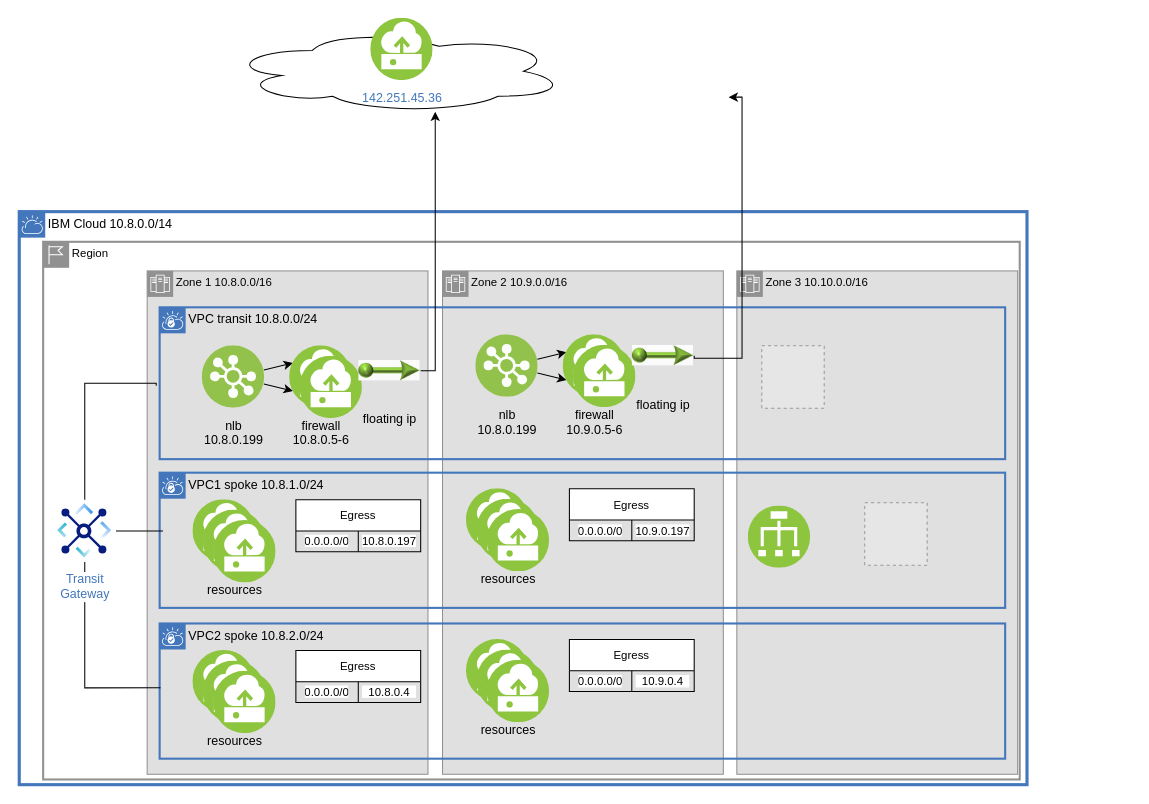
IBM-Cloud/vpc-transit-firewall keeps this draw.io diagram as page "zonal" (2 of 6) of images/firewall.drawio. Above is the earlier version. Source tidied: cells renumbered, new cells numbered last; positions are measured from the earlier drawing's top-left corner, leaving out a move shared by most shapes. Both pictures are drawn from the tidied source at 104%, with x=0, y=0 at pixel (19, 18). Pictures stored in the file or linked from it are replaced by grey dashed boxes.
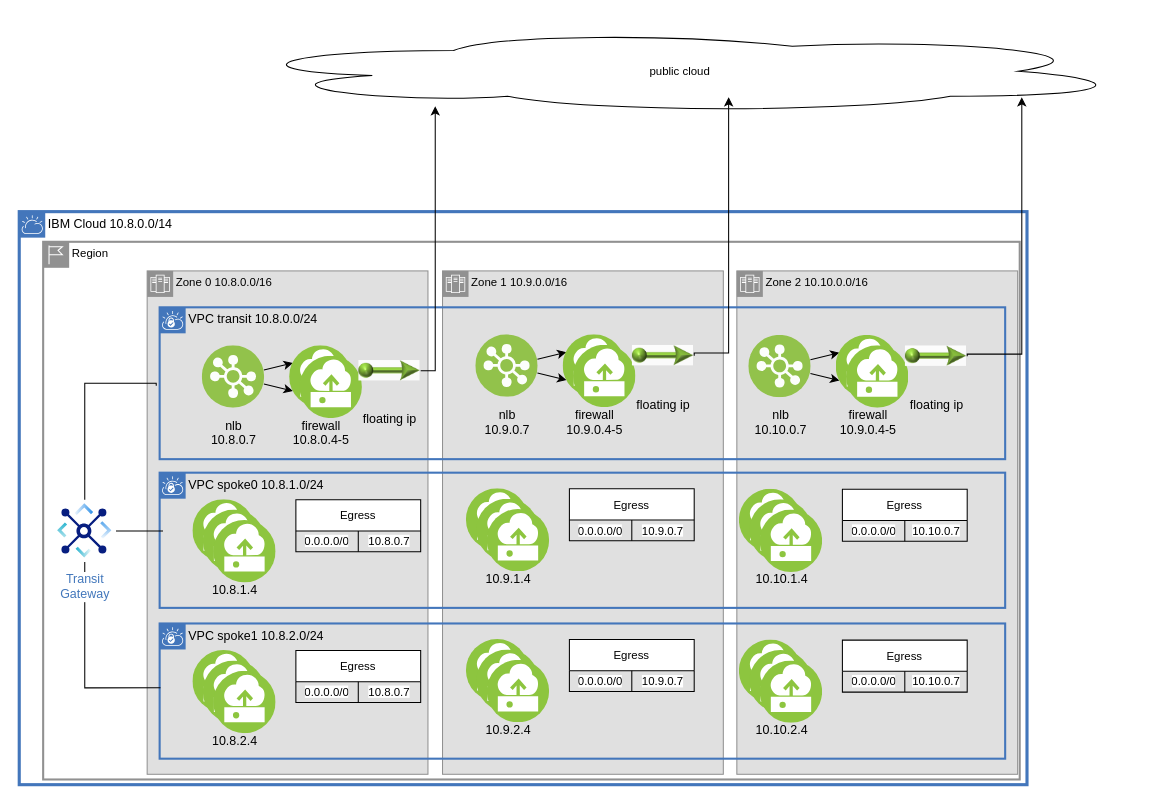
After the change.

Unchanged cells that the change refers to:
```xml
<mxCell id="14" style="shape=tableRow;horizontal=0;startSize=0;swimlaneHead=0;swimlaneBody=0;top=0;left=0;bottom=0;right=0;fillColor=none;fontFamily=Helvetica;fontSize=11;fontColor=default;" parent="13" vertex="1">
  <mxGeometry y="30" width="120" height="20" as="geometry" />
</mxCell>
<mxCell id="23" style="shape=tableRow;horizontal=0;startSize=0;swimlaneHead=0;swimlaneBody=0;top=0;left=0;bottom=0;right=0;fillColor=none;fontFamily=Helvetica;fontSize=11;fontColor=default;" parent="22" vertex="1">
  <mxGeometry y="30" width="120" height="20" as="geometry" />
</mxCell>
<mxCell id="45" style="shape=tableRow;horizontal=0;startSize=0;swimlaneHead=0;swimlaneBody=0;top=0;left=0;bottom=0;right=0;fillColor=none;fontFamily=Helvetica;fontSize=11;fontColor=default;" parent="44" vertex="1">
  <mxGeometry y="30" width="120" height="20" as="geometry" />
</mxCell>
<mxCell id="53" style="shape=tableRow;horizontal=0;startSize=0;swimlaneHead=0;swimlaneBody=0;top=0;left=0;bottom=0;right=0;fillColor=none;fontFamily=Helvetica;fontSize=11;fontColor=default;" parent="52" vertex="1">
  <mxGeometry y="30" width="120" height="20" as="geometry" />
</mxCell>
<mxCell id="59" value="floating ip" style="perimeter=ellipsePerimeter;html=1;align=center;shadow=0;dashed=0;fontColor=#000000;fontSize=12;spacingTop=3;image;image=img/lib/ibm/vpc/FloatingIP.svg;fontFamily=Helvetica;fillColor=#FFFFFF;labelBackgroundColor=none;backgroundOutline=0;imageBackground=none;" parent="1" vertex="1">
  <mxGeometry x="589" y="294.5" width="60" height="60" as="geometry" />
</mxCell>
```

Change to the diagram source:
```diff
@@
-    <mxCell id="4" value="Zone 3 10.10.0.0/16" style="shape=mxgraph.ibm.box;prType=zone;fontStyle=0;verticalAlign=top;align=left;spacingLeft=32;spacingTop=4;fillColor=#E0E0E0;rounded=0;whiteSpace=wrap;html=1;strokeColor=#919191;strokeWidth=1;dashed=0;spacing=-4;fontFamily=Helvetica;fontSize=11;fontColor=default;" parent="1" vertex="1">
+    <mxCell id="4" value="Zone 2 10.10.0.0/16" style="shape=mxgraph.ibm.box;prType=zone;fontStyle=0;verticalAlign=top;align=left;spacingLeft=32;spacingTop=4;fillColor=#E0E0E0;rounded=0;whiteSpace=wrap;html=1;strokeColor=#919191;strokeWidth=1;dashed=0;spacing=-4;fontFamily=Helvetica;fontSize=11;fontColor=default;" parent="1" vertex="1">
       <mxGeometry x="690" y="243" width="270" height="484" as="geometry" />
     </mxCell>
-    <mxCell id="5" value="Zone 1 10.8.0.0/16" style="shape=mxgraph.ibm.box;prType=zone;fontStyle=0;verticalAlign=top;align=left;spacingLeft=32;spacingTop=4;fillColor=#E0E0E0;rounded=0;whiteSpace=wrap;html=1;strokeColor=#919191;strokeWidth=1;dashed=0;spacing=-4;fontFamily=Helvetica;fontSize=11;fontColor=default;" parent="1" vertex="1">
+    <mxCell id="5" value="Zone 0 10.8.0.0/16" style="shape=mxgraph.ibm.box;prType=zone;fontStyle=0;verticalAlign=top;align=left;spacingLeft=32;spacingTop=4;fillColor=#E0E0E0;rounded=0;whiteSpace=wrap;html=1;strokeColor=#919191;strokeWidth=1;dashed=0;spacing=-4;fontFamily=Helvetica;fontSize=11;fontColor=default;" parent="1" vertex="1">
       <mxGeometry x="123" y="243" width="270" height="484" as="geometry" />
     </mxCell>
-    <mxCell id="6" value="Zone 2 10.9.0.0/16" style="shape=mxgraph.ibm.box;prType=zone;fontStyle=0;verticalAlign=top;align=left;spacingLeft=32;spacingTop=4;fillColor=#E0E0E0;rounded=0;whiteSpace=wrap;html=1;strokeColor=#919191;strokeWidth=1;dashed=0;spacing=-4;fontFamily=Helvetica;fontSize=11;fontColor=default;" parent="1" vertex="1">
+    <mxCell id="6" value="Zone 1 10.9.0.0/16" style="shape=mxgraph.ibm.box;prType=zone;fontStyle=0;verticalAlign=top;align=left;spacingLeft=32;spacingTop=4;fillColor=#E0E0E0;rounded=0;whiteSpace=wrap;html=1;strokeColor=#919191;strokeWidth=1;dashed=0;spacing=-4;fontFamily=Helvetica;fontSize=11;fontColor=default;" parent="1" vertex="1">
       <mxGeometry x="407" y="243" width="270" height="484" as="geometry" />
     </mxCell>
@@
-    <mxCell id="8" value="&lt;span style=&quot;font-weight: normal&quot;&gt;VPC1 spoke 10.8.1.0/24&lt;br&gt;&lt;/span&gt;" style="shape=mxgraph.ibm.box;prType=vpc;fontStyle=1;verticalAlign=top;align=left;spacingLeft=32;spacingTop=4;fillColor=none;rounded=0;whiteSpace=wrap;html=1;strokeColor=#4376BB;strokeWidth=2;dashed=0;spacing=-4;labelBackgroundColor=none;" parent="1" vertex="1">
+    <mxCell id="8" value="&lt;span style=&quot;font-weight: normal&quot;&gt;VPC spoke0 10.8.1.0/24&lt;br&gt;&lt;/span&gt;" style="shape=mxgraph.ibm.box;prType=vpc;fontStyle=1;verticalAlign=top;align=left;spacingLeft=32;spacingTop=4;fillColor=none;rounded=0;whiteSpace=wrap;html=1;strokeColor=#4376BB;strokeWidth=2;dashed=0;spacing=-4;labelBackgroundColor=none;" parent="1" vertex="1">
       <mxGeometry x="135" y="437" width="813" height="130" as="geometry" />
     </mxCell>
@@
-    <mxCell id="11" value="nlb&lt;br&gt;10.8.0.199" style="perimeter=ellipsePerimeter;html=1;align=center;shadow=0;dashed=0;fontColor=default;fontSize=12;spacingTop=3;image;image=img/lib/ibm/vpc/LoadBalancerPool.svg;fontFamily=Helvetica;labelBackgroundColor=none;" parent="1" vertex="1">
+    <mxCell id="11" value="nlb&lt;br&gt;10.8.0.7" style="perimeter=ellipsePerimeter;html=1;align=center;shadow=0;dashed=0;fontColor=default;fontSize=12;spacingTop=3;image;image=img/lib/ibm/vpc/LoadBalancerPool.svg;fontFamily=Helvetica;labelBackgroundColor=none;" parent="1" vertex="1">
       <mxGeometry x="176" y="315" width="60" height="60" as="geometry" />
     </mxCell>
-    <mxCell id="12" value="&lt;font color=&quot;#000000&quot;&gt;firewall&lt;br&gt;10.8.0.5-6&lt;/font&gt;" style="perimeter=ellipsePerimeter;html=1;align=center;shadow=0;dashed=0;fontColor=#4277BB;fontSize=12;spacingTop=3;image;image=img/lib/ibm/vpc/Instance.svg;labelBackgroundColor=none;" parent="1" vertex="1">
+    <mxCell id="12" value="&lt;font color=&quot;#000000&quot;&gt;firewall&lt;br&gt;10.8.0.4-5&lt;/font&gt;" style="perimeter=ellipsePerimeter;html=1;align=center;shadow=0;dashed=0;fontColor=#4277BB;fontSize=12;spacingTop=3;image;image=img/lib/ibm/vpc/Instance.svg;labelBackgroundColor=none;" parent="1" vertex="1">
       <mxGeometry x="260" y="315" width="60" height="60" as="geometry" />
     </mxCell>
@@
-    <mxCell id="16" value="&lt;span style=&quot;background-color: rgb(255, 255, 255);&quot;&gt;10.8.0.197&lt;/span&gt;" style="shape=partialRectangle;html=1;whiteSpace=wrap;overflow=hidden;fillColor=none;top=0;left=0;bottom=0;right=0;fontFamily=Helvetica;fontSize=11;fontColor=default;" parent="14" vertex="1">
+    <mxCell id="16" value="&lt;span style=&quot;background-color: rgb(255, 255, 255);&quot;&gt;10.8.0.7&lt;/span&gt;" style="shape=partialRectangle;html=1;whiteSpace=wrap;overflow=hidden;fillColor=none;top=0;left=0;bottom=0;right=0;fontFamily=Helvetica;fontSize=11;fontColor=default;" parent="14" vertex="1">
       <mxGeometry x="60" width="60" height="20" as="geometry" />
     </mxCell>
@@
-    <mxCell id="18" value="resources" style="perimeter=ellipsePerimeter;html=1;align=center;shadow=0;dashed=0;fontColor=#000000;fontSize=12;spacingTop=3;image;image=img/lib/ibm/vpc/Instance.svg;labelBackgroundColor=none;" parent="1" vertex="1">
+    <mxCell id="18" value="10.8.1.4" style="perimeter=ellipsePerimeter;html=1;align=center;shadow=0;dashed=0;fontColor=#000000;fontSize=12;spacingTop=3;image;image=img/lib/ibm/vpc/Instance.svg;labelBackgroundColor=none;" parent="1" vertex="1">
       <mxGeometry x="177" y="473" width="60" height="60" as="geometry" />
     </mxCell>
@@
-    <mxCell id="21" value="&lt;span style=&quot;font-weight: normal&quot;&gt;VPC2 spoke 10.8.2.0/24&lt;br&gt;&lt;/span&gt;" style="shape=mxgraph.ibm.box;prType=vpc;fontStyle=1;verticalAlign=top;align=left;spacingLeft=32;spacingTop=4;fillColor=none;rounded=0;whiteSpace=wrap;html=1;strokeColor=#4376BB;strokeWidth=2;dashed=0;spacing=-4;labelBackgroundColor=none;" parent="1" vertex="1">
+    <mxCell id="21" value="&lt;span style=&quot;font-weight: normal&quot;&gt;VPC spoke1 10.8.2.0/24&lt;br&gt;&lt;/span&gt;" style="shape=mxgraph.ibm.box;prType=vpc;fontStyle=1;verticalAlign=top;align=left;spacingLeft=32;spacingTop=4;fillColor=none;rounded=0;whiteSpace=wrap;html=1;strokeColor=#4376BB;strokeWidth=2;dashed=0;spacing=-4;labelBackgroundColor=none;" parent="1" vertex="1">
       <mxGeometry x="135" y="582" width="813" height="130" as="geometry" />
     </mxCell>
@@
-    <mxCell id="25" value="&lt;span style=&quot;background-color: rgb(255, 255, 255);&quot;&gt;&amp;nbsp; 10.8.0.4&amp;nbsp;&amp;nbsp;&lt;/span&gt;" style="shape=partialRectangle;html=1;whiteSpace=wrap;overflow=hidden;fillColor=none;top=0;left=0;bottom=0;right=0;fontFamily=Helvetica;fontSize=11;fontColor=default;" parent="23" vertex="1">
+    <mxCell id="25" value="&lt;span style=&quot;background-color: rgb(255, 255, 255);&quot;&gt;10.8.0.7&lt;/span&gt;" style="shape=partialRectangle;html=1;whiteSpace=wrap;overflow=hidden;fillColor=none;top=0;left=0;bottom=0;right=0;fontFamily=Helvetica;fontSize=11;fontColor=default;" parent="23" vertex="1">
       <mxGeometry x="60" width="60" height="20" as="geometry" />
     </mxCell>
@@
-    <mxCell id="27" value="resources" style="perimeter=ellipsePerimeter;html=1;align=center;shadow=0;dashed=0;fontColor=#000000;fontSize=12;spacingTop=3;image;image=img/lib/ibm/vpc/Instance.svg;labelBackgroundColor=none;" parent="1" vertex="1">
+    <mxCell id="27" value="10.8.2.4" style="perimeter=ellipsePerimeter;html=1;align=center;shadow=0;dashed=0;fontColor=#000000;fontSize=12;spacingTop=3;image;image=img/lib/ibm/vpc/Instance.svg;labelBackgroundColor=none;" parent="1" vertex="1">
       <mxGeometry x="177" y="618" width="60" height="60" as="geometry" />
     </mxCell>
@@
-    <mxCell id="34" style="ellipse;shape=cloud;whiteSpace=wrap;html=1;labelBackgroundColor=none;fontFamily=Helvetica;fontSize=11;fontColor=#000000;fillColor=#FFFFFF;" parent="1" vertex="1">
-      <mxGeometry x="200.5" y="11" width="325" height="80" as="geometry" />
+    <mxCell id="34" value="public cloud" style="ellipse;shape=cloud;whiteSpace=wrap;html=1;labelBackgroundColor=none;fontFamily=Helvetica;fontSize=11;fontColor=#000000;fillColor=#FFFFFF;" parent="1" vertex="1">
+      <mxGeometry x="200.5" y="11" width="868.5" height="80" as="geometry" />
     </mxCell>
-    <mxCell id="35" style="perimeter=ellipsePerimeter;html=1;align=center;shadow=0;dashed=0;fontColor=#4277BB;labelBackgroundColor=#ffffff;fontSize=12;spacingTop=3;image;image=img/lib/ibm/vpc/LoadBalancer.svg;fontFamily=Helvetica;fillColor=#FFFFFF;" parent="1" vertex="1">
-      <mxGeometry x="701" y="469" width="60" height="60" as="geometry" />
-    </mxCell>
-    <mxCell id="36" value="142.251.45.36" style="perimeter=ellipsePerimeter;html=1;align=center;shadow=0;dashed=0;fontColor=#4277BB;fontSize=12;spacingTop=3;image;image=img/lib/ibm/vpc/Instance.svg;labelBackgroundColor=none;" parent="1" vertex="1">
-      <mxGeometry x="338" width="60" height="60" as="geometry" />
-    </mxCell>
-    <mxCell id="37" style="fillColor=#E6E6E6;strokeColor=#999999;dashed=1;verticalLabelPosition=bottom;labelBackgroundColor=#ffffff;verticalAlign=top;" parent="1" vertex="1">
-      <mxGeometry x="714" y="315" width="60" height="60" as="geometry" />
-    </mxCell>
-    <mxCell id="38" style="fillColor=#E6E6E6;strokeColor=#999999;dashed=1;verticalLabelPosition=bottom;labelBackgroundColor=#ffffff;verticalAlign=top;" parent="1" vertex="1">
-      <mxGeometry x="813" y="466" width="60" height="60" as="geometry" />
-    </mxCell>
@@
-    <mxCell id="42" value="nlb&lt;br&gt;10.8.0.199" style="perimeter=ellipsePerimeter;html=1;align=center;shadow=0;dashed=0;fontColor=default;fontSize=12;spacingTop=3;image;image=img/lib/ibm/vpc/LoadBalancerPool.svg;fontFamily=Helvetica;labelBackgroundColor=none;" parent="1" vertex="1">
+    <mxCell id="42" value="nlb&lt;br&gt;10.9.0.7" style="perimeter=ellipsePerimeter;html=1;align=center;shadow=0;dashed=0;fontColor=default;fontSize=12;spacingTop=3;image;image=img/lib/ibm/vpc/LoadBalancerPool.svg;fontFamily=Helvetica;labelBackgroundColor=none;" parent="1" vertex="1">
       <mxGeometry x="439" y="304.5" width="60" height="60" as="geometry" />
     </mxCell>
-    <mxCell id="43" value="&lt;font color=&quot;#000000&quot;&gt;firewall&lt;br&gt;10.9.0.5-6&lt;/font&gt;" style="perimeter=ellipsePerimeter;html=1;align=center;shadow=0;dashed=0;fontColor=#4277BB;fontSize=12;spacingTop=3;image;image=img/lib/ibm/vpc/Instance.svg;labelBackgroundColor=none;" parent="1" vertex="1">
+    <mxCell id="43" value="&lt;font color=&quot;#000000&quot;&gt;firewall&lt;br&gt;10.9.0.4-5&lt;/font&gt;" style="perimeter=ellipsePerimeter;html=1;align=center;shadow=0;dashed=0;fontColor=#4277BB;fontSize=12;spacingTop=3;image;image=img/lib/ibm/vpc/Instance.svg;labelBackgroundColor=none;" parent="1" vertex="1">
       <mxGeometry x="523" y="304.5" width="60" height="60" as="geometry" />
     </mxCell>
@@
-    <mxCell id="47" value="&lt;span style=&quot;background-color: rgb(255, 255, 255);&quot;&gt;10.9.0.197&lt;/span&gt;" style="shape=partialRectangle;html=1;whiteSpace=wrap;overflow=hidden;fillColor=none;top=0;left=0;bottom=0;right=0;fontFamily=Helvetica;fontSize=11;fontColor=default;" parent="45" vertex="1">
+    <mxCell id="47" value="&lt;span style=&quot;background-color: rgb(255, 255, 255);&quot;&gt;10.9.0.7&lt;/span&gt;" style="shape=partialRectangle;html=1;whiteSpace=wrap;overflow=hidden;fillColor=none;top=0;left=0;bottom=0;right=0;fontFamily=Helvetica;fontSize=11;fontColor=default;" parent="45" vertex="1">
       <mxGeometry x="60" width="60" height="20" as="geometry" />
     </mxCell>
@@
-    <mxCell id="49" value="resources" style="perimeter=ellipsePerimeter;html=1;align=center;shadow=0;dashed=0;fontColor=#000000;fontSize=12;spacingTop=3;image;image=img/lib/ibm/vpc/Instance.svg;labelBackgroundColor=none;" parent="1" vertex="1">
+    <mxCell id="49" value="10.9.1.4" style="perimeter=ellipsePerimeter;html=1;align=center;shadow=0;dashed=0;fontColor=#000000;fontSize=12;spacingTop=3;image;image=img/lib/ibm/vpc/Instance.svg;labelBackgroundColor=none;" parent="1" vertex="1">
       <mxGeometry x="440" y="462.5" width="60" height="60" as="geometry" />
     </mxCell>
@@
-    <mxCell id="55" value="&lt;span style=&quot;background-color: rgb(255, 255, 255);&quot;&gt;&amp;nbsp; 10.9.0.4&amp;nbsp;&amp;nbsp;&lt;/span&gt;" style="shape=partialRectangle;html=1;whiteSpace=wrap;overflow=hidden;fillColor=none;top=0;left=0;bottom=0;right=0;fontFamily=Helvetica;fontSize=11;fontColor=default;" parent="53" vertex="1">
+    <mxCell id="55" value="&lt;span style=&quot;background-color: rgb(255, 255, 255);&quot;&gt;10.9.0.7&lt;/span&gt;" style="shape=partialRectangle;html=1;whiteSpace=wrap;overflow=hidden;fillColor=none;top=0;left=0;bottom=0;right=0;fontFamily=Helvetica;fontSize=11;fontColor=default;" parent="53" vertex="1">
       <mxGeometry x="60" width="60" height="20" as="geometry" />
     </mxCell>
@@
-    <mxCell id="57" value="resources" style="perimeter=ellipsePerimeter;html=1;align=center;shadow=0;dashed=0;fontColor=#000000;fontSize=12;spacingTop=3;image;image=img/lib/ibm/vpc/Instance.svg;labelBackgroundColor=none;" parent="1" vertex="1">
+    <mxCell id="57" value="10.9.2.4" style="perimeter=ellipsePerimeter;html=1;align=center;shadow=0;dashed=0;fontColor=#000000;fontSize=12;spacingTop=3;image;image=img/lib/ibm/vpc/Instance.svg;labelBackgroundColor=none;" parent="1" vertex="1">
       <mxGeometry x="440" y="607.5" width="60" height="60" as="geometry" />
     </mxCell>
@@
     <mxCell id="60" style="edgeStyle=orthogonalEdgeStyle;shape=connector;rounded=0;jettySize=auto;html=1;labelBackgroundColor=default;fontFamily=Helvetica;fontSize=11;fontColor=#000000;endArrow=none;endFill=0;strokeColor=default;strokeWidth=1;startArrow=classic;startFill=1;entryX=1;entryY=0.5;entryDx=0;entryDy=0;" parent="1" edge="1" target="59">
       <mxGeometry relative="1" as="geometry">
         <mxPoint x="682.1" y="75.9" as="sourcePoint" />
         <Array as="points">
-          <mxPoint x="695" y="76" />
-          <mxPoint x="695" y="327" />
-          <mxPoint x="649" y="327" />
+          <mxPoint x="682" y="322" />
+          <mxPoint x="649" y="322" />
         </Array>
       </mxGeometry>
     </mxCell>
+    <mxCell id="61" style="shape=connector;rounded=0;jettySize=auto;html=1;entryX=0;entryY=0.25;entryDx=0;entryDy=0;labelBackgroundColor=default;fontFamily=Helvetica;fontSize=11;fontColor=#000000;endArrow=classic;endFill=1;strokeColor=default;strokeWidth=1;" parent="1" edge="1" source="63" target="64">
+      <mxGeometry relative="1" as="geometry" />
+    </mxCell>
+    <mxCell id="62" style="edgeStyle=none;shape=connector;rounded=0;jettySize=auto;html=1;entryX=0;entryY=0.75;entryDx=0;entryDy=0;labelBackgroundColor=default;fontFamily=Helvetica;fontSize=11;fontColor=#000000;endArrow=classic;endFill=1;strokeColor=default;strokeWidth=1;" parent="1" edge="1" source="63" target="64">
+      <mxGeometry relative="1" as="geometry" />
+    </mxCell>
+    <mxCell id="63" value="nlb&lt;br&gt;10.10.0.7" style="perimeter=ellipsePerimeter;html=1;align=center;shadow=0;dashed=0;fontColor=default;fontSize=12;spacingTop=3;image;image=img/lib/ibm/vpc/LoadBalancerPool.svg;fontFamily=Helvetica;labelBackgroundColor=none;" parent="1" vertex="1">
+      <mxGeometry x="701.5" y="305" width="60" height="60" as="geometry" />
+    </mxCell>
+    <mxCell id="64" value="&lt;font color=&quot;#000000&quot;&gt;firewall&lt;br&gt;10.9.0.4-5&lt;/font&gt;" style="perimeter=ellipsePerimeter;html=1;align=center;shadow=0;dashed=0;fontColor=#4277BB;fontSize=12;spacingTop=3;image;image=img/lib/ibm/vpc/Instance.svg;labelBackgroundColor=none;" parent="1" vertex="1">
+      <mxGeometry x="785.5" y="305" width="60" height="60" as="geometry" />
+    </mxCell>
+    <mxCell id="65" value="Egress" style="shape=table;startSize=30;childLayout=tableLayout;fontFamily=Helvetica;fontSize=11;fontColor=default;spacing=0;labelBackgroundColor=#FFFFFF;fillColor=#FFFFFF;" parent="1" vertex="1">
+      <mxGeometry x="791.5" y="453" width="120" height="50" as="geometry" />
+    </mxCell>
+    <mxCell id="66" style="shape=tableRow;horizontal=0;startSize=0;swimlaneHead=0;swimlaneBody=0;top=0;left=0;bottom=0;right=0;fillColor=none;fontFamily=Helvetica;fontSize=11;fontColor=default;" parent="65" vertex="1">
+      <mxGeometry y="30" width="120" height="20" as="geometry" />
+    </mxCell>
+    <mxCell id="67" value="&lt;span style=&quot;background-color: rgb(255, 255, 255);&quot;&gt;0.0.0.0/0&lt;/span&gt;" style="shape=partialRectangle;html=1;whiteSpace=wrap;overflow=hidden;fillColor=none;top=0;left=0;bottom=0;right=0;fontFamily=Helvetica;fontSize=11;fontColor=default;" parent="66" vertex="1">
+      <mxGeometry width="60" height="20" as="geometry" />
+    </mxCell>
+    <mxCell id="68" value="&lt;span style=&quot;background-color: rgb(255, 255, 255);&quot;&gt;10.10.0.7&lt;/span&gt;" style="shape=partialRectangle;html=1;whiteSpace=wrap;overflow=hidden;fillColor=none;top=0;left=0;bottom=0;right=0;fontFamily=Helvetica;fontSize=11;fontColor=default;" parent="66" vertex="1">
+      <mxGeometry x="60" width="60" height="20" as="geometry" />
+    </mxCell>
+    <mxCell id="69" style="perimeter=ellipsePerimeter;html=1;align=center;shadow=0;dashed=0;fontColor=#4277BB;fontSize=12;spacingTop=3;image;image=img/lib/ibm/vpc/Instance.svg;labelBackgroundColor=none;" parent="1" vertex="1">
+      <mxGeometry x="692.5" y="453" width="60" height="60" as="geometry" />
+    </mxCell>
+    <mxCell id="70" value="10.10.1.4" style="perimeter=ellipsePerimeter;html=1;align=center;shadow=0;dashed=0;fontColor=#000000;fontSize=12;spacingTop=3;image;image=img/lib/ibm/vpc/Instance.svg;labelBackgroundColor=none;" parent="1" vertex="1">
+      <mxGeometry x="702.5" y="463" width="60" height="60" as="geometry" />
+    </mxCell>
+    <mxCell id="71" style="perimeter=ellipsePerimeter;html=1;align=center;shadow=0;dashed=0;fontColor=#4277BB;fontSize=12;spacingTop=3;image;image=img/lib/ibm/vpc/Instance.svg;labelBackgroundColor=none;" parent="1" vertex="1">
+      <mxGeometry x="712.5" y="473" width="60" height="60" as="geometry" />
+    </mxCell>
+    <mxCell id="72" style="perimeter=ellipsePerimeter;html=1;align=center;shadow=0;dashed=0;fontColor=#4277BB;fontSize=12;spacingTop=3;image;image=img/lib/ibm/vpc/Instance.svg;labelBackgroundColor=none;" parent="1" vertex="1">
+      <mxGeometry x="795.5" y="315" width="60" height="60" as="geometry" />
+    </mxCell>
+    <mxCell id="73" value="Egress" style="shape=table;startSize=30;childLayout=tableLayout;fontFamily=Helvetica;fontSize=11;fontColor=default;spacing=0;labelBackgroundColor=#FFFFFF;fillColor=#FFFFFF;" parent="1" vertex="1">
+      <mxGeometry x="791.5" y="598" width="120" height="50" as="geometry" />
+    </mxCell>
+    <mxCell id="74" style="shape=tableRow;horizontal=0;startSize=0;swimlaneHead=0;swimlaneBody=0;top=0;left=0;bottom=0;right=0;fillColor=none;fontFamily=Helvetica;fontSize=11;fontColor=default;" parent="73" vertex="1">
+      <mxGeometry y="30" width="120" height="20" as="geometry" />
+    </mxCell>
+    <mxCell id="75" value="&lt;span style=&quot;background-color: rgb(255, 255, 255);&quot;&gt;0.0.0.0/0&lt;/span&gt;" style="shape=partialRectangle;html=1;whiteSpace=wrap;overflow=hidden;fillColor=none;top=0;left=0;bottom=0;right=0;fontFamily=Helvetica;fontSize=11;fontColor=default;" parent="74" vertex="1">
+      <mxGeometry width="60" height="20" as="geometry" />
+    </mxCell>
+    <mxCell id="76" value="&lt;span style=&quot;background-color: rgb(255, 255, 255);&quot;&gt;10.10.0.7&lt;/span&gt;" style="shape=partialRectangle;html=1;whiteSpace=wrap;overflow=hidden;fillColor=none;top=0;left=0;bottom=0;right=0;fontFamily=Helvetica;fontSize=11;fontColor=default;" parent="74" vertex="1">
+      <mxGeometry x="60" width="60" height="20" as="geometry" />
+    </mxCell>
+    <mxCell id="77" style="perimeter=ellipsePerimeter;html=1;align=center;shadow=0;dashed=0;fontColor=#4277BB;fontSize=12;spacingTop=3;image;image=img/lib/ibm/vpc/Instance.svg;labelBackgroundColor=none;" parent="1" vertex="1">
+      <mxGeometry x="692.5" y="598" width="60" height="60" as="geometry" />
+    </mxCell>
+    <mxCell id="78" value="10.10.2.4" style="perimeter=ellipsePerimeter;html=1;align=center;shadow=0;dashed=0;fontColor=#000000;fontSize=12;spacingTop=3;image;image=img/lib/ibm/vpc/Instance.svg;labelBackgroundColor=none;" parent="1" vertex="1">
+      <mxGeometry x="702.5" y="608" width="60" height="60" as="geometry" />
+    </mxCell>
+    <mxCell id="79" style="perimeter=ellipsePerimeter;html=1;align=center;shadow=0;dashed=0;fontColor=#4277BB;fontSize=12;spacingTop=3;image;image=img/lib/ibm/vpc/Instance.svg;labelBackgroundColor=none;" parent="1" vertex="1">
+      <mxGeometry x="712.5" y="618" width="60" height="60" as="geometry" />
+    </mxCell>
+    <mxCell id="80" value="floating ip" style="perimeter=ellipsePerimeter;html=1;align=center;shadow=0;dashed=0;fontColor=#000000;fontSize=12;spacingTop=3;image;image=img/lib/ibm/vpc/FloatingIP.svg;fontFamily=Helvetica;fillColor=#FFFFFF;labelBackgroundColor=none;backgroundOutline=0;imageBackground=none;" parent="1" vertex="1">
+      <mxGeometry x="851.5" y="295" width="60" height="60" as="geometry" />
+    </mxCell>
+    <mxCell id="81" style="edgeStyle=orthogonalEdgeStyle;shape=connector;rounded=0;jettySize=auto;html=1;labelBackgroundColor=default;fontFamily=Helvetica;fontSize=11;fontColor=#000000;endArrow=none;endFill=0;strokeColor=default;strokeWidth=1;startArrow=classic;startFill=1;entryX=1;entryY=0.5;entryDx=0;entryDy=0;" parent="1" edge="1" target="80">
+      <mxGeometry relative="1" as="geometry">
+        <mxPoint x="964" y="76" as="sourcePoint" />
+        <Array as="points">
+          <mxPoint x="964" y="323" />
+          <mxPoint x="912" y="323" />
+        </Array>
+      </mxGeometry>
+    </mxCell>
```
